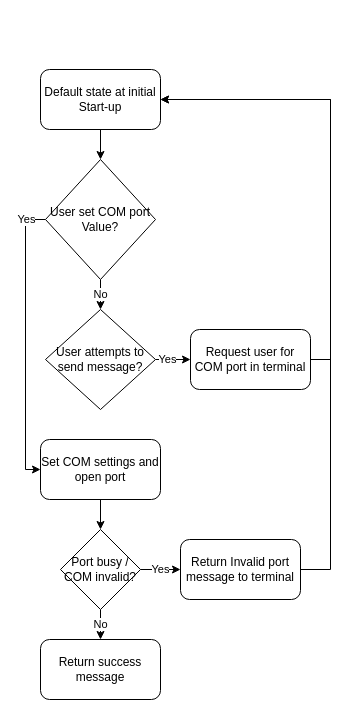
This is page "Serial Port Init" (2 of 4) of Documentation/PC_GUI_Flowchart.drawio from nagars/CPDM-IISc, a draw.io file, before an edit. Source tidied: cells renumbered, new cells numbered last; positions are measured from the earlier drawing's top-left corner, leaving out a move shared by most shapes. Both pictures are drawn from the tidied source at 100%, with x=0, y=0 at pixel (25, 69).
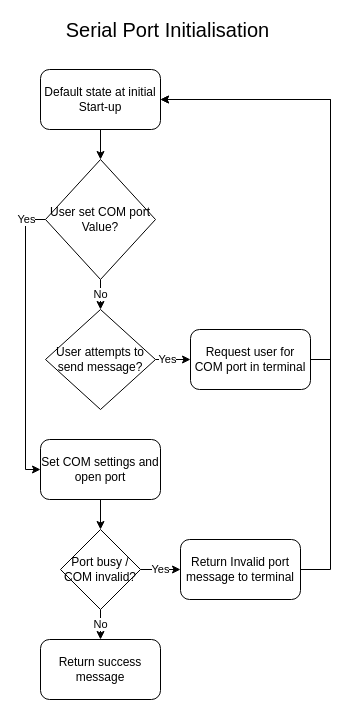
The same page after the edit.

What changed in the source:
```diff
@@
+    <mxCell id="19" value="&lt;font style=&quot;font-size: 20px&quot;&gt;Serial Port Initialisation&lt;/font&gt;" style="text;html=1;align=center;verticalAlign=middle;" parent="1" vertex="1">
+      <mxGeometry x="32" y="-50" width="220" height="20" as="geometry" />
+    </mxCell>
```
